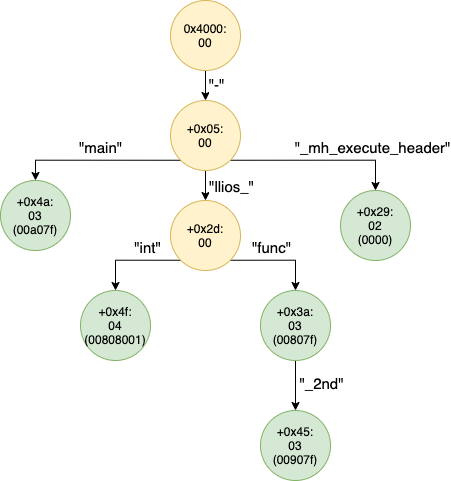
Above: articles/images/Export Trie.png in qyang-nj/llios (draw.io), before the change. Source tidied: cells renumbered, new cells last; positions are measured from the earlier drawing's top-left corner, leaving out a move shared by most shapes.
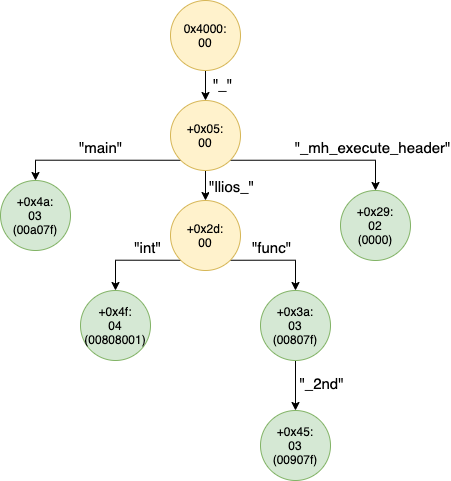
The same diagram one commit later.

The edit, as a diff of the source:
```diff
@@ -5,9 +5,9 @@
     <mxCell id="2" style="edgeStyle=orthogonalEdgeStyle;rounded=0;jettySize=auto;html=1;exitX=0.5;exitY=1;exitDx=0;exitDy=0;entryX=0.5;entryY=0;entryDx=0;entryDy=0;" parent="1" edge="1" source="4" target="11">
       <mxGeometry relative="1" as="geometry" />
     </mxCell>
-    <mxCell id="3" value="&quot;-&quot;" style="edgeLabel;html=1;align=center;verticalAlign=middle;fontSize=15;labelBorderColor=none;fontStyle=0;" parent="2" vertex="1">
+    <mxCell id="3" value="&quot;_&quot;" style="edgeLabel;html=1;align=center;verticalAlign=middle;fontSize=15;labelBorderColor=none;fontStyle=0;" parent="2" vertex="1">
       <mxGeometry x="-0.15" relative="1" as="geometry">
-        <mxPoint x="10" as="offset" />
+        <mxPoint x="16" as="offset" />
       </mxGeometry>
     </mxCell>
     <mxCell id="4" value="0x4000:&lt;br&gt;00" style="ellipse;whiteSpace=wrap;html=1;fillColor=#fff2cc;strokeColor=#d6b656;" parent="1" vertex="1">
```
